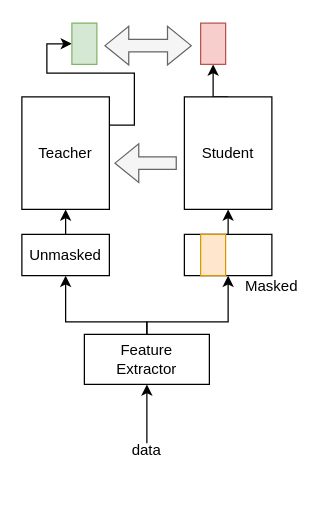
This is Drafts/data2vec.drawio from xrysamuel/my-drawio, a draw.io file, before an edit. Source tidied: cells renumbered, new cells numbered last; positions are measured from the earlier drawing's top-left corner, leaving out a move shared by most shapes. Both pictures are drawn from the tidied source at 125%, with x=0, y=0 at pixel (21, 22).
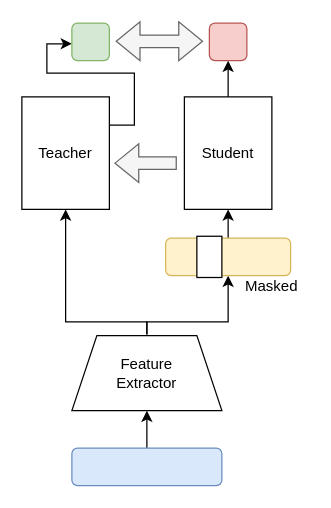
Above is the later version.

Unchanged cells that the change refers to:
```xml
<mxCell id="11" value="Teacher" style="rounded=0;whiteSpace=wrap;html=1;" parent="1" vertex="1">
  <mxGeometry y="59" width="70" height="90" as="geometry" />
</mxCell>
<mxCell id="13" value="Student" style="rounded=0;whiteSpace=wrap;html=1;" parent="1" vertex="1">
  <mxGeometry x="130" y="59" width="70" height="90" as="geometry" />
</mxCell>
```

Diff of the diagram source:
```diff
@@
-    <mxCell id="2" style="edgeStyle=orthogonalEdgeStyle;rounded=0;jettySize=auto;html=1;exitX=0.5;exitY=0;exitDx=0;exitDy=0;entryX=0.5;entryY=1;entryDx=0;entryDy=0;" parent="1" edge="1" source="3" target="11">
-      <mxGeometry relative="1" as="geometry" />
-    </mxCell>
-    <mxCell id="3" value="Unmasked" style="rounded=0;whiteSpace=wrap;html=1;" parent="1" vertex="1">
-      <mxGeometry y="169" width="70" height="33" as="geometry" />
-    </mxCell>
-    <mxCell id="4" style="edgeStyle=orthogonalEdgeStyle;rounded=0;jettySize=auto;html=1;exitX=0.5;exitY=0;exitDx=0;exitDy=0;entryX=0.5;entryY=1;entryDx=0;entryDy=0;" parent="1" edge="1" source="5" target="13">
+    <mxCell id="4" style="edgeStyle=orthogonalEdgeStyle;rounded=0;jettySize=auto;html=1;exitX=0.5;exitY=0;exitDx=0;exitDy=0;entryX=0.5;entryY=1;entryDx=0;entryDy=0;" parent="1" edge="1" source="23" target="13">
       <mxGeometry relative="1" as="geometry" />
     </mxCell>
-    <mxCell id="5" style="rounded=0;whiteSpace=wrap;html=1;" parent="1" vertex="1">
-      <mxGeometry x="130" y="169" width="70" height="33" as="geometry" />
-    </mxCell>
-    <mxCell id="6" style="edgeStyle=orthogonalEdgeStyle;rounded=0;jettySize=auto;html=1;exitX=0.5;exitY=0;exitDx=0;exitDy=0;entryX=0.5;entryY=1;entryDx=0;entryDy=0;" parent="1" edge="1" source="8" target="3">
+    <mxCell id="6" style="edgeStyle=orthogonalEdgeStyle;rounded=0;jettySize=auto;html=1;exitX=0.5;exitY=0;exitDx=0;exitDy=0;" parent="1" edge="1" target="11">
       <mxGeometry relative="1" as="geometry">
+        <mxPoint x="100" y="249" as="sourcePoint" />
         <Array as="points">
           <mxPoint x="100" y="239" />
           <mxPoint x="35" y="239" />
         </Array>
       </mxGeometry>
     </mxCell>
-    <mxCell id="7" style="edgeStyle=orthogonalEdgeStyle;rounded=0;jettySize=auto;html=1;exitX=0.5;exitY=0;exitDx=0;exitDy=0;entryX=0.5;entryY=1;entryDx=0;entryDy=0;" parent="1" edge="1" source="8" target="5">
+    <mxCell id="7" style="edgeStyle=orthogonalEdgeStyle;rounded=0;jettySize=auto;html=1;exitX=0.5;exitY=0;exitDx=0;exitDy=0;entryX=0.5;entryY=1;entryDx=0;entryDy=0;" parent="1" edge="1" target="23">
       <mxGeometry relative="1" as="geometry">
+        <mxPoint x="100" y="249" as="sourcePoint" />
         <Array as="points">
           <mxPoint x="100" y="239" />
           <mxPoint x="165" y="239" />
         </Array>
       </mxGeometry>
     </mxCell>
-    <mxCell id="8" value="Feature&lt;div&gt;Extractor&lt;/div&gt;" style="rounded=0;whiteSpace=wrap;html=1;" parent="1" vertex="1">
-      <mxGeometry x="50" y="249" width="100" height="40" as="geometry" />
-    </mxCell>
-    <mxCell id="9" style="rounded=0;whiteSpace=wrap;html=1;fillColor=#ffe6cc;strokeColor=#d79b00;fillStyle=auto;" parent="1" vertex="1">
-      <mxGeometry x="143" y="169" width="20" height="33" as="geometry" />
-    </mxCell>
-    <mxCell id="10" style="edgeStyle=orthogonalEdgeStyle;rounded=0;jettySize=auto;html=1;exitX=1;exitY=0.25;exitDx=0;exitDy=0;entryX=0;entryY=0.5;entryDx=0;entryDy=0;" parent="1" edge="1" source="11" target="15">
+    <mxCell id="10" style="edgeStyle=orthogonalEdgeStyle;rounded=0;jettySize=auto;html=1;exitX=1;exitY=0.25;exitDx=0;exitDy=0;entryX=0;entryY=0.5;entryDx=0;entryDy=0;" parent="1" edge="1" source="11">
       <mxGeometry relative="1" as="geometry">
+        <mxPoint x="40" y="16.5" as="targetPoint" />
         <Array as="points">
           <mxPoint x="90" y="82" />
           <mxPoint x="90" y="40" />
           <mxPoint x="20" y="40" />
           <mxPoint x="20" y="17" />
         </Array>
       </mxGeometry>
     </mxCell>
@@
-    <mxCell id="12" style="edgeStyle=orthogonalEdgeStyle;rounded=0;jettySize=auto;html=1;exitX=0.5;exitY=0;exitDx=0;exitDy=0;entryX=0.5;entryY=1;entryDx=0;entryDy=0;" parent="1" edge="1" source="13" target="14">
-      <mxGeometry relative="1" as="geometry" />
+    <mxCell id="12" style="edgeStyle=orthogonalEdgeStyle;rounded=0;jettySize=auto;html=1;exitX=0.5;exitY=0;exitDx=0;exitDy=0;entryX=0.5;entryY=1;entryDx=0;entryDy=0;" parent="1" edge="1" source="13" target="25">
+      <mxGeometry relative="1" as="geometry">
+        <Array as="points">
+          <mxPoint x="165" y="40" />
+          <mxPoint x="165" y="40" />
+        </Array>
+      </mxGeometry>
     </mxCell>
@@
-    <mxCell id="14" style="rounded=0;whiteSpace=wrap;html=1;fillColor=#f8cecc;strokeColor=#b85450;" parent="1" vertex="1">
-      <mxGeometry x="143" width="20" height="33" as="geometry" />
-    </mxCell>
-    <mxCell id="15" style="rounded=0;whiteSpace=wrap;html=1;fillColor=#d5e8d4;strokeColor=#82b366;" parent="1" vertex="1">
-      <mxGeometry x="40" width="20" height="33" as="geometry" />
-    </mxCell>
@@
-    <mxCell id="18" style="endArrow=classic;html=1;rounded=0;" parent="1" edge="1">
-      <mxGeometry relative="1" as="geometry">
-        <mxPoint x="100" y="336" as="sourcePoint" />
-        <mxPoint x="100" y="289" as="targetPoint" />
-      </mxGeometry>
-    </mxCell>
-    <mxCell id="19" value="data" style="text;html=1;align=center;verticalAlign=middle;whiteSpace=wrap;rounded=0;" parent="1" vertex="1">
-      <mxGeometry x="70" y="327" width="60" height="30" as="geometry" />
-    </mxCell>
     <mxCell id="20" style="shape=flexArrow;endArrow=classic;startArrow=classic;html=1;rounded=0;fillColor=#f5f5f5;strokeColor=#666666;" parent="1" edge="1">
       <mxGeometry relative="1" as="geometry">
-        <mxPoint x="66" y="18" as="sourcePoint" />
-        <mxPoint x="136" y="18" as="targetPoint" />
+        <mxPoint x="75" y="14.5" as="sourcePoint" />
+        <mxPoint x="145" y="14.5" as="targetPoint" />
       </mxGeometry>
     </mxCell>
+    <mxCell id="8" value="Feature&lt;div&gt;Extractor&lt;/div&gt;" style="shape=trapezoid;perimeter=trapezoidPerimeter;whiteSpace=wrap;html=1;fixedSize=1;" parent="1" vertex="1">
+      <mxGeometry x="40" y="250" width="120" height="60" as="geometry" />
+    </mxCell>
+    <mxCell id="21" style="edgeStyle=orthogonalEdgeStyle;rounded=0;jettySize=auto;html=1;exitX=0.5;exitY=0;exitDx=0;exitDy=0;entryX=0.5;entryY=1;entryDx=0;entryDy=0;" parent="1" edge="1" source="22" target="8">
+      <mxGeometry relative="1" as="geometry" />
+    </mxCell>
+    <mxCell id="22" style="rounded=1;whiteSpace=wrap;html=1;fillColor=#dae8fc;strokeColor=#6c8ebf;" parent="1" vertex="1">
+      <mxGeometry x="40" y="340" width="120" height="30" as="geometry" />
+    </mxCell>
+    <mxCell id="23" style="rounded=1;whiteSpace=wrap;html=1;fillColor=#fff2cc;strokeColor=#d6b656;" parent="1" vertex="1">
+      <mxGeometry x="115" y="172" width="100" height="30" as="geometry" />
+    </mxCell>
+    <mxCell id="24" style="rounded=0;whiteSpace=wrap;html=1;" parent="1" vertex="1">
+      <mxGeometry x="140" y="170.5" width="20" height="33" as="geometry" />
+    </mxCell>
+    <mxCell id="25" style="rounded=1;whiteSpace=wrap;html=1;fillColor=#f8cecc;strokeColor=#b85450;" parent="1" vertex="1">
+      <mxGeometry x="150" width="30" height="30" as="geometry" />
+    </mxCell>
+    <mxCell id="26" style="rounded=1;whiteSpace=wrap;html=1;fillColor=#d5e8d4;strokeColor=#82b366;" parent="1" vertex="1">
+      <mxGeometry x="40" width="30" height="30" as="geometry" />
+    </mxCell>
```
